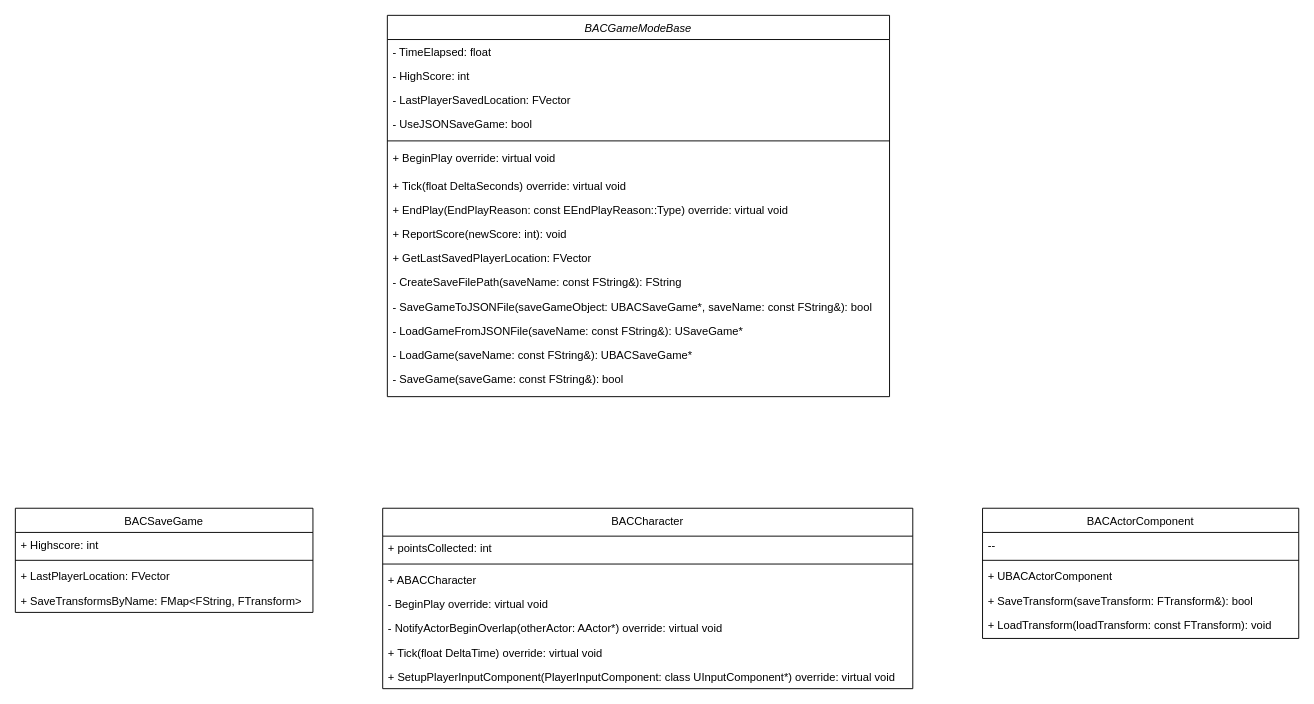
MavenPile/AGEP_Maven keeps this draw.io diagram as DataProcessingDiagram.drawio. Above is the earlier version. Source tidied: cells renumbered, new cells numbered last; positions are measured from the earlier drawing's top-left corner, leaving out a move shared by most shapes. Both pictures are drawn from the tidied source at 93%, with x=0, y=0 at pixel (15, 15).
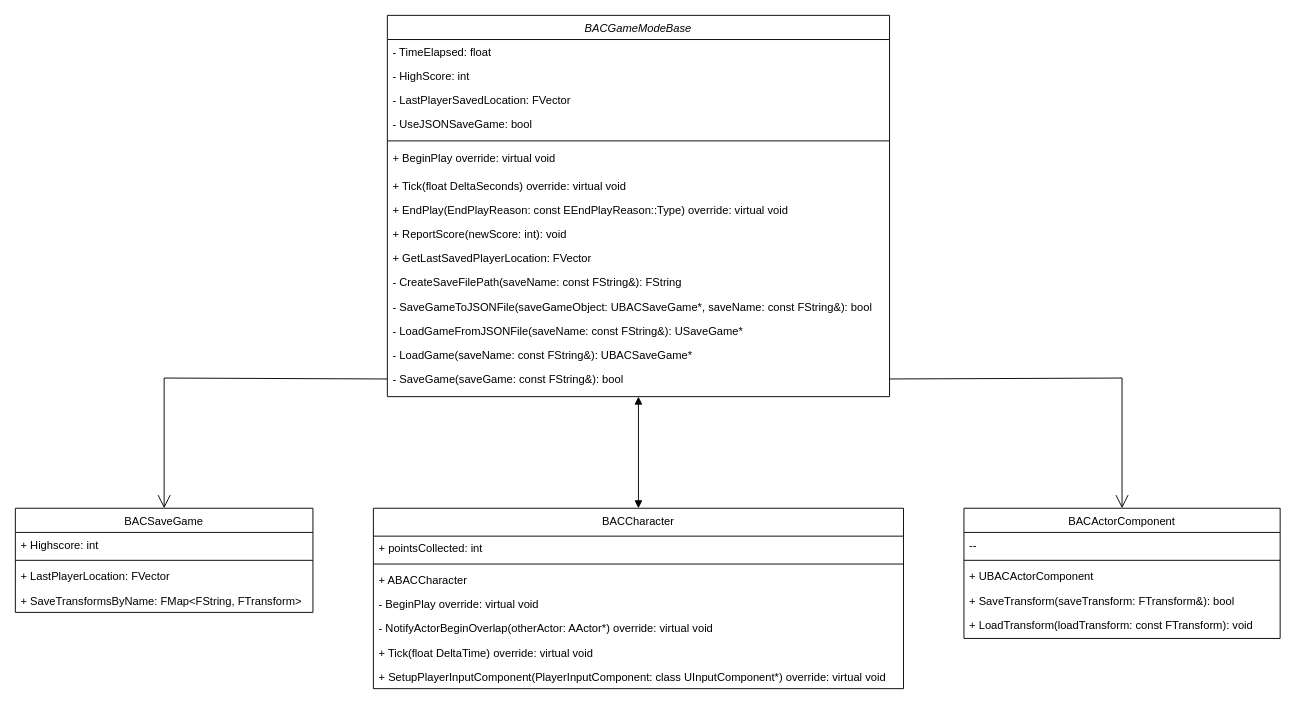
The same page after the edit.

Unchanged cells that the change refers to:
```xml
<mxCell id="2" value="BACGameModeBase" style="swimlane;fontStyle=2;align=center;verticalAlign=top;horizontal=1;startSize=26;rounded=0;shadow=0;strokeWidth=1;" parent="1" vertex="1">
  <mxGeometry x="400" width="540" height="410" as="geometry" />
</mxCell>
<mxCell id="17" value="- SaveGame(saveGame: const FString&amp;): bool" style="text;align=left;verticalAlign=top;spacingLeft=4;spacingRight=4;overflow=hidden;points=[[0,0.5],[1,0.5]];portConstraint=eastwest;rounded=0;shadow=0;html=0;" parent="2" vertex="1">
  <mxGeometry y="378" width="540" height="26" as="geometry" />
</mxCell>
<mxCell id="18" value="BACSaveGame" style="swimlane;fontStyle=0;align=center;verticalAlign=top;horizontal=1;startSize=26;rounded=0;shadow=0;strokeWidth=1;" parent="1" vertex="1">
  <mxGeometry y="530" width="320" height="112" as="geometry" />
</mxCell>
```

Change to the diagram source:
```diff
@@
     <mxCell id="23" value="BACCharacter" style="swimlane;fontStyle=0;align=center;verticalAlign=top;horizontal=1;startSize=30;rounded=0;shadow=0;strokeWidth=1;" parent="1" vertex="1">
-      <mxGeometry x="395" y="530" width="570" height="194" as="geometry" />
+      <mxGeometry x="385" y="530" width="570" height="194" as="geometry" />
     </mxCell>
@@
     <mxCell id="31" value="BACActorComponent" style="swimlane;fontStyle=0;align=center;verticalAlign=top;horizontal=1;startSize=26;rounded=0;shadow=0;strokeWidth=1;" parent="1" vertex="1">
-      <mxGeometry x="1040" y="530" width="340" height="140" as="geometry" />
+      <mxGeometry x="1020" y="530" width="340" height="140" as="geometry" />
     </mxCell>
@@
+    <mxCell id="37" style="endArrow=open;endFill=1;endSize=12;html=1;rounded=0;exitX=1;exitY=0.5;exitDx=0;exitDy=0;entryX=0.5;entryY=0;entryDx=0;entryDy=0;" parent="1" edge="1" source="17" target="31">
+      <mxGeometry relative="1" as="geometry">
+        <Array as="points">
+          <mxPoint x="1190" y="390" />
+        </Array>
+      </mxGeometry>
+    </mxCell>
+    <mxCell id="38" style="endArrow=open;endFill=1;endSize=12;html=1;rounded=0;entryX=0.5;entryY=0;entryDx=0;entryDy=0;exitX=0;exitY=0.5;exitDx=0;exitDy=0;" parent="1" edge="1" source="17" target="18">
+      <mxGeometry relative="1" as="geometry">
+        <Array as="points">
+          <mxPoint x="160" y="390" />
+        </Array>
+      </mxGeometry>
+    </mxCell>
+    <mxCell id="39" style="endArrow=block;startArrow=block;endFill=1;startFill=1;html=1;rounded=0;entryX=0.5;entryY=1;entryDx=0;entryDy=0;exitX=0.5;exitY=0;exitDx=0;exitDy=0;" parent="1" edge="1" source="23" target="2">
+      <mxGeometry relative="1" as="geometry" />
+    </mxCell>
```
